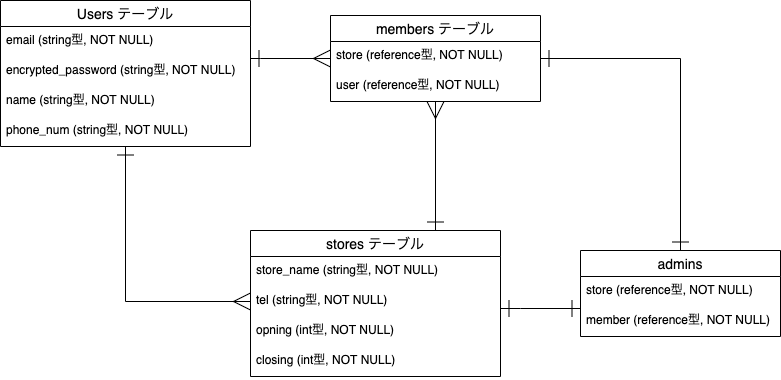
Before: table.drawio.png, a diagram exported from draw.io (kos-san/ShiftMT). Source tidied: cells renumbered, new cells last; positions are measured from the earlier drawing's top-left corner, leaving out a move shared by most shapes.
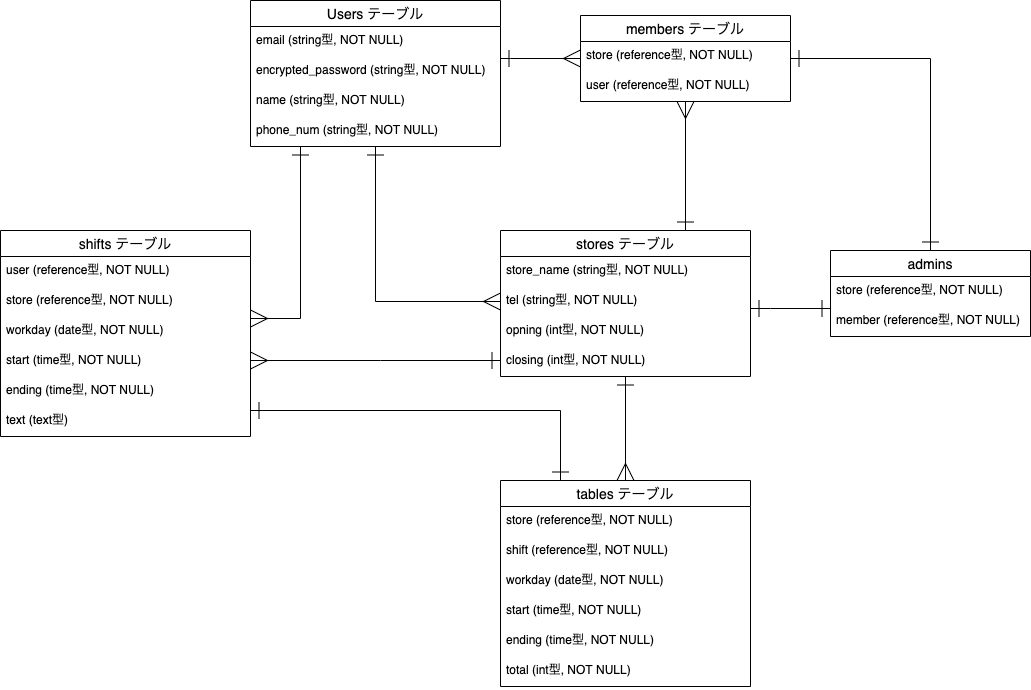
Later version of the same file.

What changed in the source:
```diff
@@ -33,6 +33,9 @@
         </Array>
       </mxGeometry>
     </mxCell>
+    <mxCell id="23" style="edgeStyle=orthogonalEdgeStyle;rounded=0;jettySize=auto;html=1;startArrow=ERmany;startFill=0;startSize=15;endArrow=ERone;endFill=0;endSize=15;" parent="1" edge="1" source="34" target="9">
+      <mxGeometry relative="1" as="geometry" />
+    </mxCell>
     <mxCell id="9" value="stores テーブル" style="swimlane;fontStyle=0;horizontal=1;startSize=26;align=center;fontSize=14;" parent="1" vertex="1">
       <mxGeometry x="250" y="230" width="250" height="146" as="geometry" />
     </mxCell>
@@ -80,5 +83,69 @@
     <mxCell id="22" style="edgeStyle=orthogonalEdgeStyle;rounded=0;jettySize=auto;html=1;endArrow=ERone;endFill=0;startArrow=ERmany;startFill=0;endSize=15;startSize=15;exitX=0;exitY=0.5;exitDx=0;exitDy=0;" parent="1" edge="1" source="11" target="3">
       <mxGeometry relative="1" as="geometry" />
     </mxCell>
+    <mxCell id="24" style="edgeStyle=orthogonalEdgeStyle;rounded=0;jettySize=auto;html=1;endArrow=ERone;endFill=0;startArrow=ERmany;startFill=0;endSize=15;startSize=15;" parent="1" edge="1" source="26" target="3">
+      <mxGeometry relative="1" as="geometry">
+        <Array as="points">
+          <mxPoint x="50" y="318" />
+        </Array>
+      </mxGeometry>
+    </mxCell>
+    <mxCell id="25" style="edgeStyle=orthogonalEdgeStyle;rounded=0;jettySize=auto;html=1;startArrow=ERmany;startFill=0;startSize=15;endArrow=ERone;endFill=0;endSize=15;" parent="1" edge="1" source="26" target="9">
+      <mxGeometry relative="1" as="geometry">
+        <Array as="points">
+          <mxPoint x="130" y="360" />
+          <mxPoint x="130" y="360" />
+        </Array>
+      </mxGeometry>
+    </mxCell>
+    <mxCell id="26" value="shifts テーブル" style="swimlane;fontStyle=0;horizontal=1;startSize=26;align=center;fontSize=14;" parent="1" vertex="1">
+      <mxGeometry x="-250" y="230" width="250" height="206" as="geometry" />
+    </mxCell>
+    <mxCell id="27" value="user (reference型, NOT NULL)" style="text;strokeColor=none;fillColor=none;spacingLeft=4;spacingRight=4;overflow=hidden;fontSize=12;" parent="26" vertex="1">
+      <mxGeometry y="26" width="250" height="30" as="geometry" />
+    </mxCell>
+    <mxCell id="28" value="store (reference型, NOT NULL)" style="text;strokeColor=none;fillColor=none;spacingLeft=4;spacingRight=4;overflow=hidden;fontSize=12;" parent="26" vertex="1">
+      <mxGeometry y="56" width="250" height="30" as="geometry" />
+    </mxCell>
+    <mxCell id="29" value="workday (date型, NOT NULL)" style="text;strokeColor=none;fillColor=none;spacingLeft=4;spacingRight=4;overflow=hidden;fontSize=12;" parent="26" vertex="1">
+      <mxGeometry y="86" width="250" height="30" as="geometry" />
+    </mxCell>
+    <mxCell id="30" value="start (time型, NOT NULL)" style="text;strokeColor=none;fillColor=none;spacingLeft=4;spacingRight=4;overflow=hidden;fontSize=12;" parent="26" vertex="1">
+      <mxGeometry y="116" width="250" height="30" as="geometry" />
+    </mxCell>
+    <mxCell id="31" value="ending (time型, NOT NULL)" style="text;strokeColor=none;fillColor=none;spacingLeft=4;spacingRight=4;overflow=hidden;fontSize=12;" parent="26" vertex="1">
+      <mxGeometry y="146" width="250" height="30" as="geometry" />
+    </mxCell>
+    <mxCell id="32" value="text (text型)" style="text;strokeColor=none;fillColor=none;spacingLeft=4;spacingRight=4;overflow=hidden;fontSize=12;" parent="26" vertex="1">
+      <mxGeometry y="176" width="250" height="30" as="geometry" />
+    </mxCell>
+    <mxCell id="33" style="edgeStyle=orthogonalEdgeStyle;rounded=0;jettySize=auto;html=1;startArrow=ERone;startFill=0;startSize=15;endArrow=ERone;endFill=0;endSize=15;" parent="1" edge="1" source="26" target="34">
+      <mxGeometry relative="1" as="geometry">
+        <Array as="points">
+          <mxPoint x="310" y="410" />
+        </Array>
+      </mxGeometry>
+    </mxCell>
+    <mxCell id="34" value="tables テーブル" style="swimlane;fontStyle=0;horizontal=1;startSize=26;align=center;fontSize=14;" parent="1" vertex="1">
+      <mxGeometry x="250" y="480" width="250" height="206" as="geometry" />
+    </mxCell>
+    <mxCell id="35" value="store (reference型, NOT NULL)" style="text;strokeColor=none;fillColor=none;spacingLeft=4;spacingRight=4;overflow=hidden;fontSize=12;" parent="34" vertex="1">
+      <mxGeometry y="26" width="250" height="30" as="geometry" />
+    </mxCell>
+    <mxCell id="36" value="shift (reference型, NOT NULL)" style="text;strokeColor=none;fillColor=none;spacingLeft=4;spacingRight=4;overflow=hidden;fontSize=12;" parent="34" vertex="1">
+      <mxGeometry y="56" width="250" height="30" as="geometry" />
+    </mxCell>
+    <mxCell id="37" value="workday (date型, NOT NULL)" style="text;strokeColor=none;fillColor=none;spacingLeft=4;spacingRight=4;overflow=hidden;fontSize=12;" parent="34" vertex="1">
+      <mxGeometry y="86" width="250" height="30" as="geometry" />
+    </mxCell>
+    <mxCell id="38" value="start (time型, NOT NULL)" style="text;strokeColor=none;fillColor=none;spacingLeft=4;spacingRight=4;overflow=hidden;fontSize=12;" parent="34" vertex="1">
+      <mxGeometry y="116" width="250" height="30" as="geometry" />
+    </mxCell>
+    <mxCell id="39" value="ending (time型, NOT NULL)" style="text;strokeColor=none;fillColor=none;spacingLeft=4;spacingRight=4;overflow=hidden;fontSize=12;" parent="34" vertex="1">
+      <mxGeometry y="146" width="250" height="30" as="geometry" />
+    </mxCell>
+    <mxCell id="40" value="total (int型, NOT NULL)" style="text;strokeColor=none;fillColor=none;spacingLeft=4;spacingRight=4;overflow=hidden;fontSize=12;" parent="34" vertex="1">
+      <mxGeometry y="176" width="250" height="30" as="geometry" />
+    </mxCell>
   </root>
 </mxGraphModel>
```
